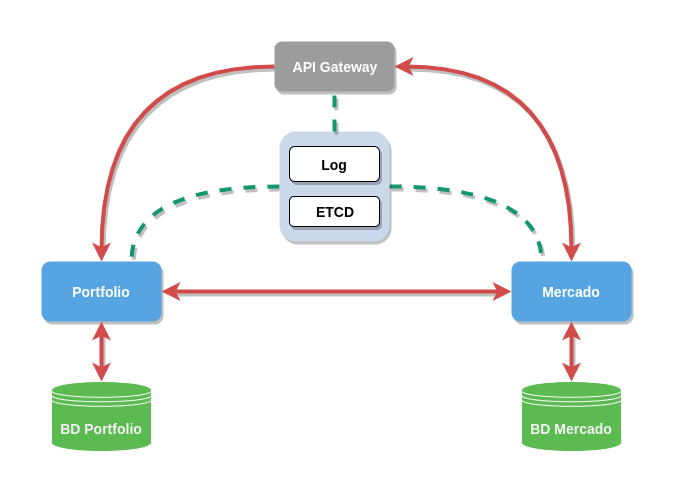
This is docs/img/architectureDiagram.png from Solano96/CC-Project, a draw.io export, as it was before one commit. Source tidied: cells renumbered, new cells last; positions are measured from the earlier drawing's top-left corner, leaving out a move shared by most shapes.
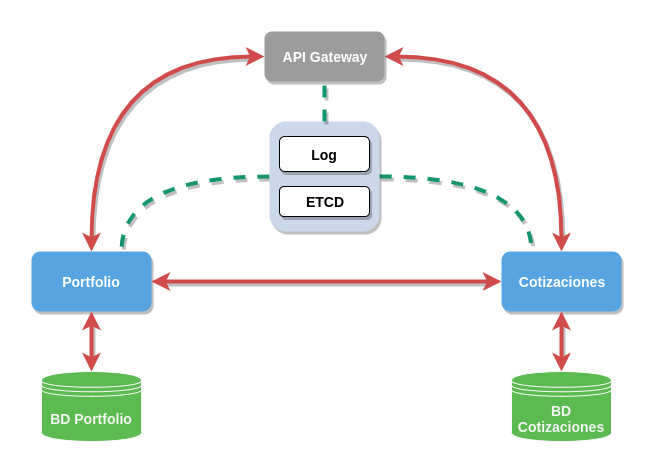
After the change.

Commit message:
Imagen modificada

The edit, as a diff of the source:
```diff
@@ -11,7 +11,7 @@
     <mxCell id="4" style="rounded=1;whiteSpace=wrap;html=1;fillColor=#CBD7EB;strokeColor=none;strokeWidth=2;shadow=1;" parent="1" vertex="1">
       <mxGeometry x="238" y="90" width="110" height="110" as="geometry" />
     </mxCell>
-    <mxCell id="5" style="edgeStyle=orthogonalEdgeStyle;jettySize=auto;html=1;exitX=0;exitY=0.5;exitDx=0;exitDy=0;entryX=0.5;entryY=0;entryDx=0;entryDy=0;fillColor=#0050ef;strokeColor=#D14B4B;strokeWidth=4;comic=0;shadow=1;jumpStyle=none;jumpSize=5;curved=1;" parent="1" edge="1" source="7" target="8">
+    <mxCell id="5" style="edgeStyle=orthogonalEdgeStyle;jettySize=auto;html=1;exitX=0;exitY=0.5;exitDx=0;exitDy=0;entryX=0.5;entryY=0;entryDx=0;entryDy=0;fillColor=#0050ef;strokeColor=#D14B4B;strokeWidth=4;comic=0;shadow=1;jumpStyle=none;jumpSize=5;curved=1;startArrow=classic;startFill=1;" parent="1" edge="1" source="7" target="8">
       <mxGeometry relative="1" as="geometry">
         <Array as="points">
           <mxPoint x="60" y="25" />
@@ -31,7 +31,7 @@
     <mxCell id="8" value="&lt;span style=&quot;font-size: 14px&quot;&gt;&lt;b&gt;Portfolio&lt;/b&gt;&lt;/span&gt;" style="rounded=1;whiteSpace=wrap;html=1;fillColor=#56A5E2;strokeColor=none;align=center;strokeWidth=2;fontColor=#ffffff;shadow=1;" parent="1" vertex="1">
       <mxGeometry y="220" width="120" height="60" as="geometry" />
     </mxCell>
-    <mxCell id="9" value="&lt;span style=&quot;font-size: 14px&quot;&gt;&lt;b&gt;Mercado&lt;/b&gt;&lt;/span&gt;" style="rounded=1;whiteSpace=wrap;html=1;fillColor=#56A5E2;strokeColor=none;align=center;strokeWidth=2;fontColor=#ffffff;comic=0;shadow=1;gradientColor=none;" parent="1" vertex="1">
+    <mxCell id="9" value="&lt;span style=&quot;font-size: 14px&quot;&gt;&lt;b&gt;Cotizaciones&lt;/b&gt;&lt;/span&gt;" style="rounded=1;whiteSpace=wrap;html=1;fillColor=#56A5E2;strokeColor=none;align=center;strokeWidth=2;fontColor=#ffffff;comic=0;shadow=1;gradientColor=none;" parent="1" vertex="1">
       <mxGeometry x="470" y="220" width="120" height="60" as="geometry" />
     </mxCell>
     <mxCell id="10" style="endArrow=classic;startArrow=classic;html=1;exitX=0.5;exitY=0;exitDx=0;exitDy=0;fillColor=#aa00ff;strokeColor=#D14B4B;strokeWidth=4;entryX=0.5;entryY=1;entryDx=0;entryDy=0;shadow=1;" parent="1" edge="1" source="15" target="8">
@@ -52,7 +52,7 @@
     <mxCell id="15" value="&lt;b&gt;&lt;font style=&quot;font-size: 14px&quot; color=&quot;#f5f5f5&quot;&gt;BD Portfolio&lt;/font&gt;&lt;/b&gt;" style="shape=datastore;whiteSpace=wrap;html=1;rounded=1;shadow=0;glass=0;comic=0;strokeColor=#FAFAFA;fillColor=#5BBA50;gradientColor=none;" parent="1" vertex="1">
       <mxGeometry x="10" y="340" width="100" height="70" as="geometry" />
     </mxCell>
-    <mxCell id="16" value="&lt;b&gt;&lt;font style=&quot;font-size: 14px&quot; color=&quot;#f5f5f5&quot;&gt;BD Mercado&lt;/font&gt;&lt;/b&gt;" style="shape=datastore;whiteSpace=wrap;html=1;rounded=1;shadow=0;glass=0;comic=0;strokeColor=#FAFAFA;fillColor=#5BBA50;gradientColor=none;" parent="1" vertex="1">
+    <mxCell id="16" value="&lt;b&gt;&lt;font style=&quot;font-size: 14px&quot; color=&quot;#f5f5f5&quot;&gt;BD Cotizaciones&lt;/font&gt;&lt;/b&gt;" style="shape=datastore;whiteSpace=wrap;html=1;rounded=1;shadow=0;glass=0;comic=0;strokeColor=#FAFAFA;fillColor=#5BBA50;gradientColor=none;" parent="1" vertex="1">
       <mxGeometry x="480" y="340" width="100" height="70" as="geometry" />
     </mxCell>
     <mxCell id="17" style="endArrow=classic;startArrow=classic;html=1;exitX=0.5;exitY=0;exitDx=0;exitDy=0;fillColor=#aa00ff;strokeColor=#D14B4B;strokeWidth=4;entryX=0.5;entryY=1;entryDx=0;entryDy=0;shadow=1;" parent="1" edge="1" source="16" target="9">
```
